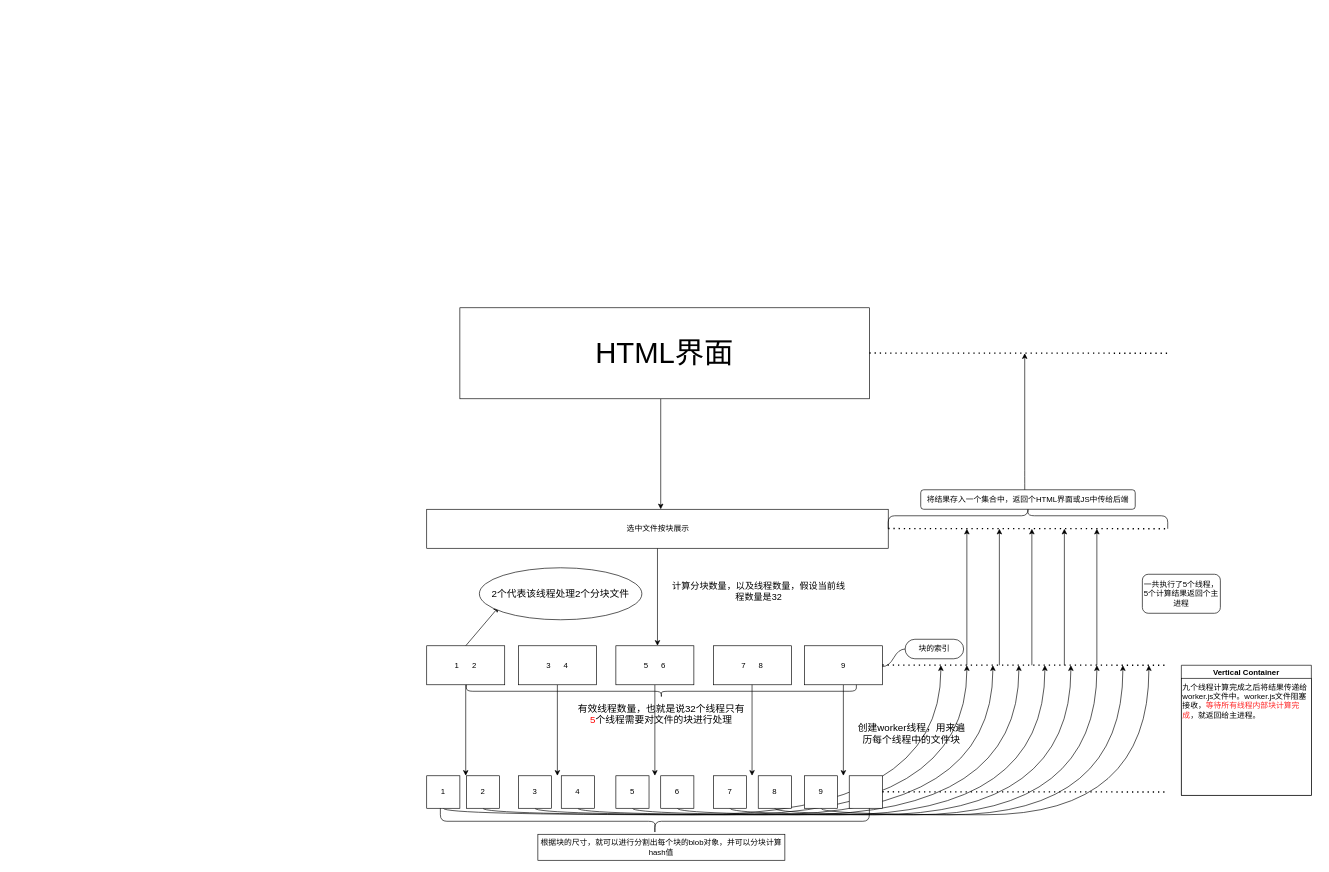
Before: 文件分块理解图解.dio in 1zzzlw/FileUploadBase, a draw.io diagram. Source tidied: cells renumbered, new cells numbered last; positions are measured from the earlier drawing's top-left corner, leaving out a move shared by most shapes. Both pictures are drawn from the tidied source at 65%, with x=0, y=0 at pixel (426, 307).
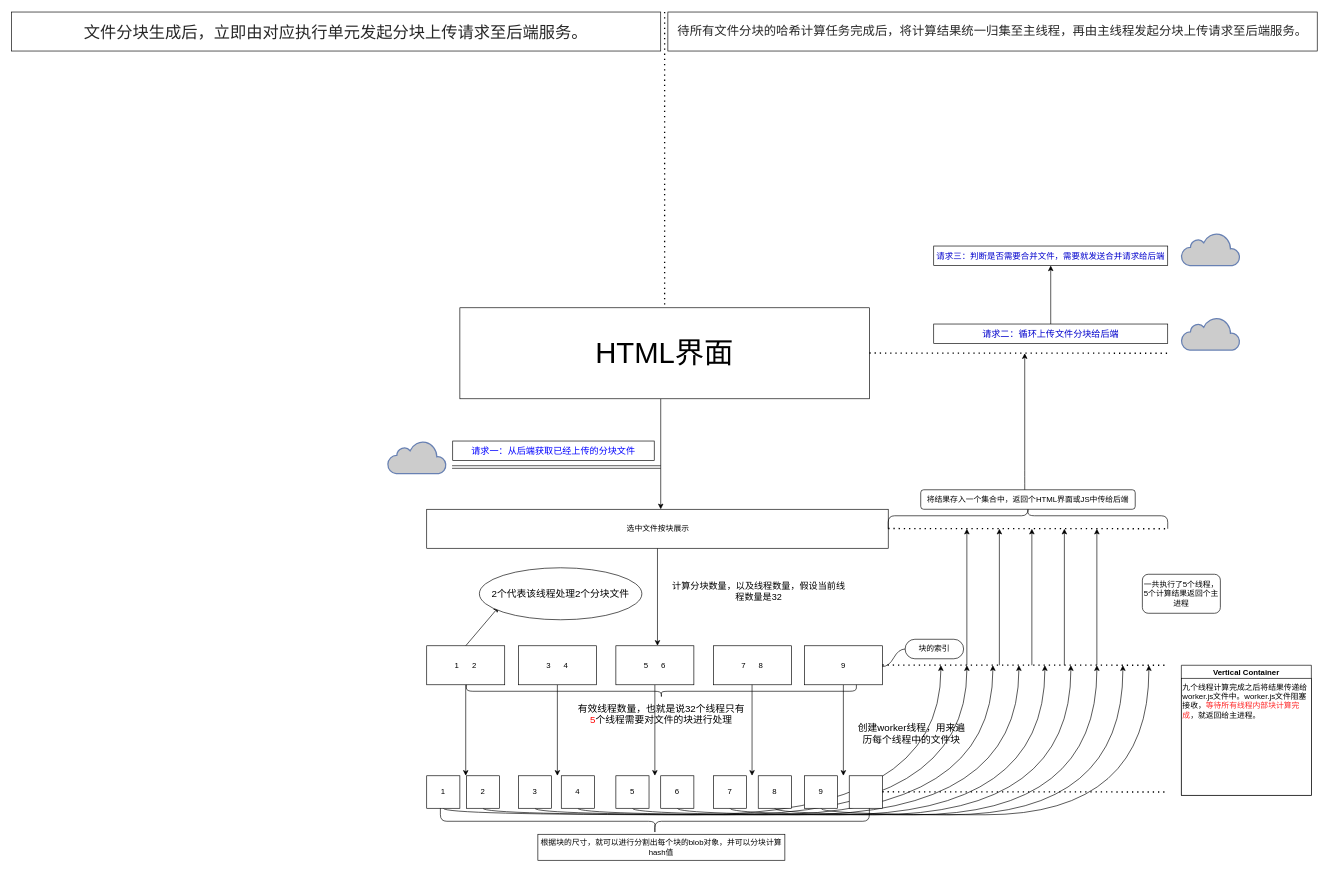
The same diagram, later.

Unchanged cells that the change refers to:
```xml
<mxCell id="56" value="&lt;font style=&quot;font-size: 45px;&quot;&gt;HTML界面&lt;/font&gt;" style="rounded=0;whiteSpace=wrap;html=1;" parent="1" vertex="1">
  <mxGeometry x="51" width="630" height="140" as="geometry" />
</mxCell>
```

Diff of the diagram source:
```diff
@@
+    <mxCell id="61" style="shape=link;html=1;" parent="1" edge="1">
+      <mxGeometry relative="1" as="geometry">
+        <mxPoint x="39" y="245" as="sourcePoint" />
+        <mxPoint x="360" y="245" as="targetPoint" />
+      </mxGeometry>
+    </mxCell>
+    <mxCell id="62" style="html=1;fillColor=#CCCCCC;strokeColor=#6881B3;gradientColor=none;gradientDirection=north;strokeWidth=2;shape=mxgraph.networks.cloud;fontColor=#ffffff;" parent="1" vertex="1">
+      <mxGeometry x="-60" y="205" width="90" height="50" as="geometry" />
+    </mxCell>
+    <mxCell id="63" value="&lt;font style=&quot;font-size: 14px; color: rgb(0, 0, 255);&quot;&gt;请求一：从后端获取已经上传的分块文件&lt;/font&gt;" style="rounded=0;whiteSpace=wrap;html=1;" parent="1" vertex="1">
+      <mxGeometry x="40" y="205" width="310" height="30" as="geometry" />
+    </mxCell>
+    <mxCell id="64" style="html=1;fillColor=#CCCCCC;strokeColor=#6881B3;gradientColor=none;gradientDirection=north;strokeWidth=2;shape=mxgraph.networks.cloud;fontColor=#ffffff;" parent="1" vertex="1">
+      <mxGeometry x="1161" y="15" width="90" height="50" as="geometry" />
+    </mxCell>
+    <mxCell id="65" style="edgeStyle=none;html=1;exitX=0.5;exitY=0;exitDx=0;exitDy=0;" parent="1" edge="1" source="66">
+      <mxGeometry relative="1" as="geometry">
+        <mxPoint x="960" y="-65" as="targetPoint" />
+      </mxGeometry>
+    </mxCell>
+    <mxCell id="66" value="&lt;font style=&quot;font-size: 14px; color: rgb(0, 0, 204);&quot;&gt;请求二：循环上传文件分块给后端&lt;/font&gt;" style="rounded=0;whiteSpace=wrap;html=1;" parent="1" vertex="1">
+      <mxGeometry x="780" y="25" width="360" height="30" as="geometry" />
+    </mxCell>
+    <mxCell id="67" value="&lt;font style=&quot;font-size: 13px; color: rgb(0, 0, 204);&quot;&gt;请求三：判断是否需要合并文件，需要就发送合并请求给后端&lt;/font&gt;" style="rounded=0;whiteSpace=wrap;html=1;" parent="1" vertex="1">
+      <mxGeometry x="780" y="-95" width="360" height="30" as="geometry" />
+    </mxCell>
+    <mxCell id="68" style="html=1;fillColor=#CCCCCC;strokeColor=#6881B3;gradientColor=none;gradientDirection=north;strokeWidth=2;shape=mxgraph.networks.cloud;fontColor=#ffffff;" parent="1" vertex="1">
+      <mxGeometry x="1161" y="-115" width="90" height="50" as="geometry" />
+    </mxCell>
+    <mxCell id="69" style="endArrow=none;dashed=1;html=1;dashPattern=1 3;strokeWidth=2;entryX=0.5;entryY=0;entryDx=0;entryDy=0;" parent="1" edge="1" target="56">
+      <mxGeometry relative="1" as="geometry">
+        <mxPoint x="366" y="-455" as="sourcePoint" />
+      </mxGeometry>
+    </mxCell>
+    <mxCell id="70" value="&lt;span style=&quot;color: rgba(0, 0, 0, 0.85); font-family: Inter, -apple-system, BlinkMacSystemFont, &amp;quot;Segoe UI&amp;quot;, &amp;quot;PingFang SC&amp;quot;, &amp;quot;Hiragino Sans GB&amp;quot;, &amp;quot;Microsoft YaHei&amp;quot;, &amp;quot;Helvetica Neue&amp;quot;, Helvetica, Arial, sans-serif; text-align: start; background-color: rgb(255, 255, 255);&quot;&gt;&lt;font style=&quot;font-size: 19px;&quot;&gt;待所有文件分块的哈希计算任务完成后，将计算结果统一归集至主线程，再由主线程发起分块上传请求至后端服务。&lt;/font&gt;&lt;/span&gt;" style="rounded=0;whiteSpace=wrap;html=1;" parent="1" vertex="1">
+      <mxGeometry x="371" y="-455" width="999" height="60" as="geometry" />
+    </mxCell>
+    <mxCell id="71" value="&lt;span style=&quot;color: rgba(0, 0, 0, 0.85); font-family: Inter, -apple-system, BlinkMacSystemFont, &amp;quot;Segoe UI&amp;quot;, &amp;quot;PingFang SC&amp;quot;, &amp;quot;Hiragino Sans GB&amp;quot;, &amp;quot;Microsoft YaHei&amp;quot;, &amp;quot;Helvetica Neue&amp;quot;, Helvetica, Arial, sans-serif; text-align: start; background-color: rgb(255, 255, 255);&quot;&gt;&lt;font style=&quot;font-size: 25px;&quot;&gt;文件分块生成后，立即由对应执行单元发起分块上传请求至后端服务。&lt;/font&gt;&lt;/span&gt;" style="rounded=0;whiteSpace=wrap;html=1;" parent="1" vertex="1">
+      <mxGeometry x="-639" y="-455" width="999" height="60" as="geometry" />
+    </mxCell>
```
